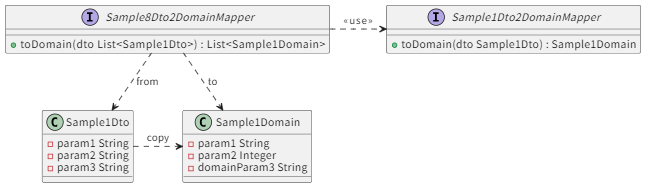
Above: sample8.png in masatomix/MapStructSample (PlantUML), before the change. Its source is kept beside it as app/src/main/java/org/example/sample8.pu.
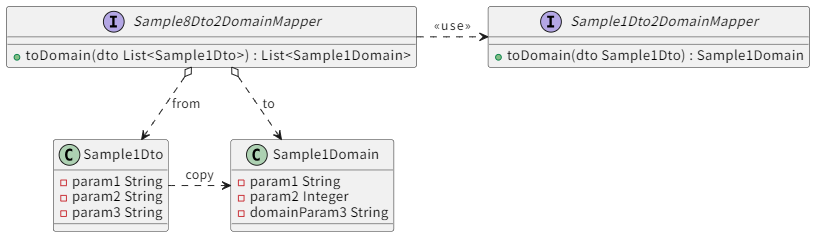
The same file after the commit.

Commit message:
sample8画像を集約に変更

Diff of the diagram source:
```diff
@@ -25,6 +25,6 @@
 
 Sample8Dto2DomainMapper .> Sample1Dto2DomainMapper: <<use>>
 Sample1Dto .> Sample1Domain :copy
-Sample8Dto2DomainMapper ..> Sample1Dto: from
-Sample8Dto2DomainMapper ..> Sample1Domain: to
+Sample8Dto2DomainMapper o..> Sample1Dto: from
+Sample8Dto2DomainMapper o..> Sample1Domain: to
 @enduml
```
